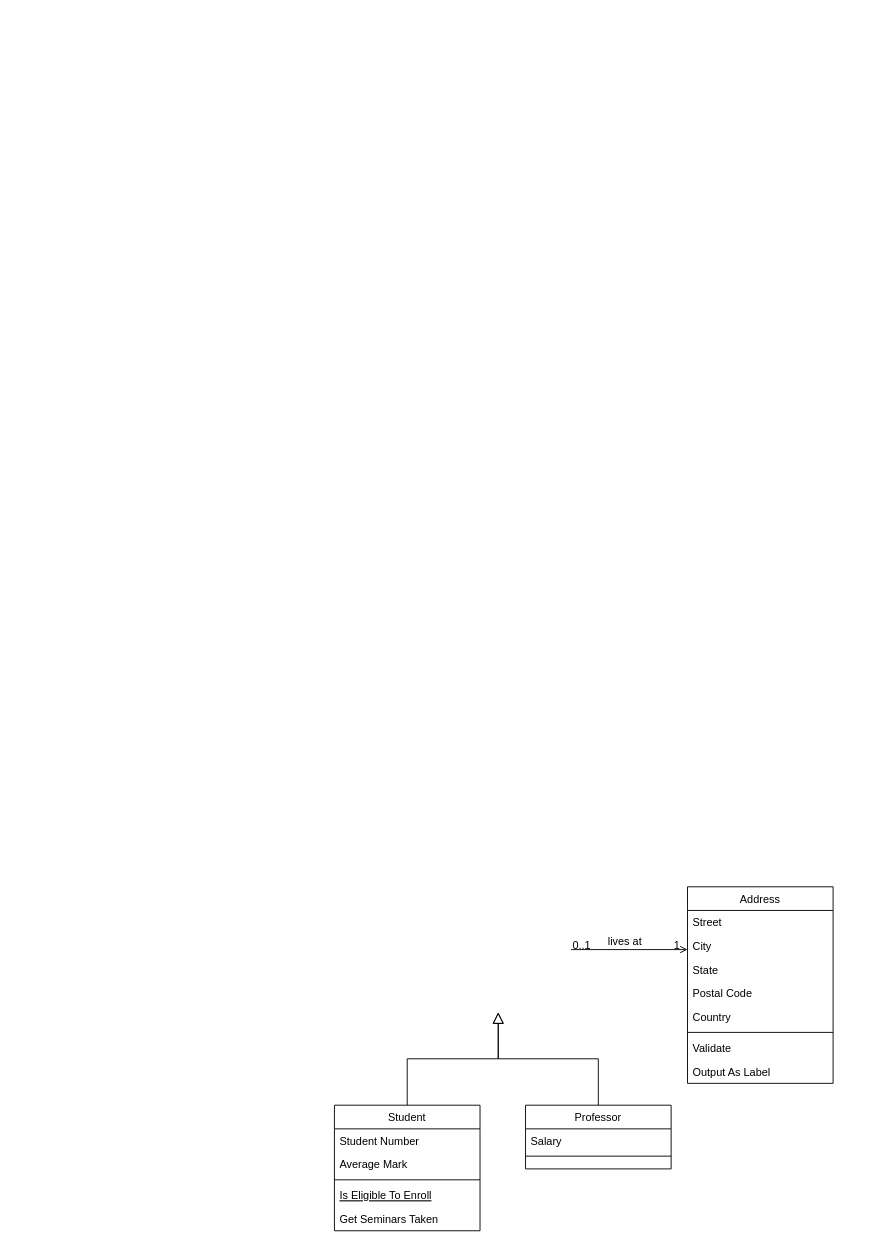
Earlier version of the draw.io diagram .idea/Диаграмма без названия.drawio (Munara19931803/FinalProject1). Source tidied: cells renumbered, new cells numbered last; positions are measured from the earlier drawing's top-left corner, leaving out a move shared by most shapes. Both pictures are drawn from the tidied source at 91%, with x=0, y=0 at pixel (334, 886).
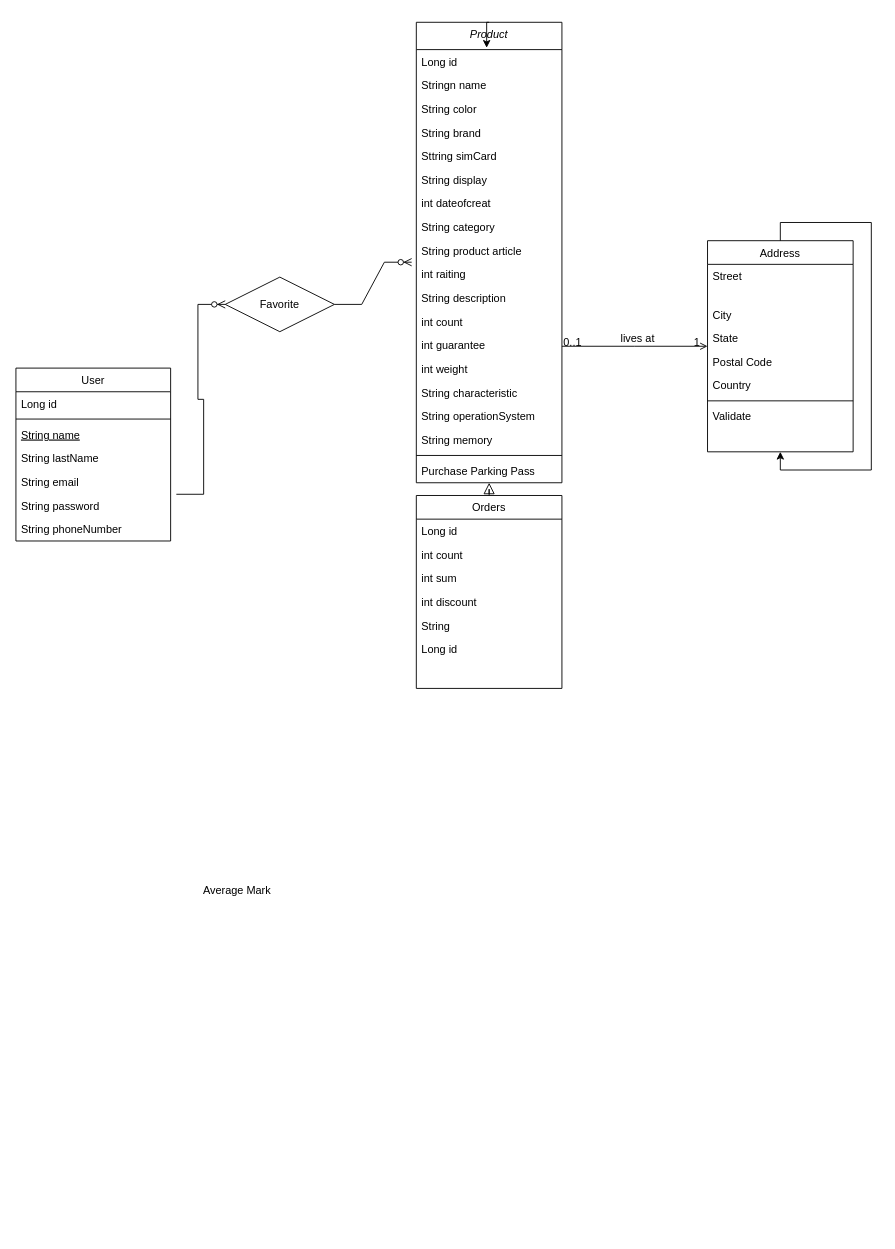
The same diagram, later.

The edit, as a diff of the source:
```diff
@@
+    <mxCell id="26" value="Product" style="swimlane;fontStyle=2;align=center;verticalAlign=top;horizontal=1;startSize=30;rounded=0;shadow=0;strokeWidth=1;" parent="1" vertex="1">
+      <mxGeometry x="90" y="-950" width="160" height="506" as="geometry" />
+    </mxCell>
+    <mxCell id="27" value="Long id" style="text;align=left;verticalAlign=top;spacingLeft=4;spacingRight=4;overflow=hidden;" parent="26" vertex="1">
+      <mxGeometry y="30" width="160" height="26" as="geometry" />
+    </mxCell>
+    <mxCell id="28" value="Stringn name" style="text;align=left;verticalAlign=top;spacingLeft=4;spacingRight=4;overflow=hidden;rounded=0;shadow=0;html=0;" parent="26" vertex="1">
+      <mxGeometry y="56" width="160" height="26" as="geometry" />
+    </mxCell>
+    <mxCell id="29" value="String color" style="text;align=left;verticalAlign=top;spacingLeft=4;spacingRight=4;overflow=hidden;rounded=0;shadow=0;html=0;" parent="26" vertex="1">
+      <mxGeometry y="82" width="160" height="26" as="geometry" />
+    </mxCell>
+    <mxCell id="30" value="String brand" style="text;align=left;verticalAlign=top;spacingLeft=4;spacingRight=4;overflow=hidden;rounded=0;shadow=0;html=0;" parent="26" vertex="1">
+      <mxGeometry y="108" width="160" height="26" as="geometry" />
+    </mxCell>
+    <mxCell id="31" value="Sttring simCard" style="text;align=left;verticalAlign=top;spacingLeft=4;spacingRight=4;overflow=hidden;rounded=0;shadow=0;html=0;" parent="26" vertex="1">
+      <mxGeometry y="134" width="160" height="26" as="geometry" />
+    </mxCell>
+    <mxCell id="32" value="String display" style="text;align=left;verticalAlign=top;spacingLeft=4;spacingRight=4;overflow=hidden;rounded=0;shadow=0;html=0;" parent="26" vertex="1">
+      <mxGeometry y="160" width="160" height="26" as="geometry" />
+    </mxCell>
+    <mxCell id="33" value="int dateofcreat" style="text;align=left;verticalAlign=top;spacingLeft=4;spacingRight=4;overflow=hidden;rounded=0;shadow=0;html=0;" parent="26" vertex="1">
+      <mxGeometry y="186" width="160" height="26" as="geometry" />
+    </mxCell>
+    <mxCell id="34" value="String category" style="text;align=left;verticalAlign=top;spacingLeft=4;spacingRight=4;overflow=hidden;rounded=0;shadow=0;html=0;" parent="26" vertex="1">
+      <mxGeometry y="212" width="160" height="26" as="geometry" />
+    </mxCell>
+    <mxCell id="35" value="String product article" style="text;align=left;verticalAlign=top;spacingLeft=4;spacingRight=4;overflow=hidden;rounded=0;shadow=0;html=0;" parent="26" vertex="1">
+      <mxGeometry y="238" width="160" height="26" as="geometry" />
+    </mxCell>
+    <mxCell id="36" value="int raiting" style="text;align=left;verticalAlign=top;spacingLeft=4;spacingRight=4;overflow=hidden;points=[[0,0.5],[1,0.5]];portConstraint=eastwest;rounded=0;shadow=0;html=0;" parent="26" vertex="1">
+      <mxGeometry y="264" width="160" height="26" as="geometry" />
+    </mxCell>
+    <mxCell id="37" value="String description" style="text;align=left;verticalAlign=top;spacingLeft=4;spacingRight=4;overflow=hidden;rounded=0;shadow=0;html=0;" parent="26" vertex="1">
+      <mxGeometry y="290" width="160" height="26" as="geometry" />
+    </mxCell>
+    <mxCell id="38" value="int count" style="text;align=left;verticalAlign=top;spacingLeft=4;spacingRight=4;overflow=hidden;rounded=0;shadow=0;html=0;" parent="26" vertex="1">
+      <mxGeometry y="316" width="160" height="26" as="geometry" />
+    </mxCell>
+    <mxCell id="39" value="int guarantee" style="text;align=left;verticalAlign=top;spacingLeft=4;spacingRight=4;overflow=hidden;rounded=0;shadow=0;html=0;" parent="26" vertex="1">
+      <mxGeometry y="342" width="160" height="26" as="geometry" />
+    </mxCell>
+    <mxCell id="40" value="int weight" style="text;align=left;verticalAlign=top;spacingLeft=4;spacingRight=4;overflow=hidden;rounded=0;shadow=0;html=0;" parent="26" vertex="1">
+      <mxGeometry y="368" width="160" height="26" as="geometry" />
+    </mxCell>
+    <mxCell id="41" value="String characteristic" style="text;align=left;verticalAlign=top;spacingLeft=4;spacingRight=4;overflow=hidden;rounded=0;shadow=0;html=0;" parent="26" vertex="1">
+      <mxGeometry y="394" width="160" height="26" as="geometry" />
+    </mxCell>
+    <mxCell id="42" value="String operationSystem" style="text;align=left;verticalAlign=top;spacingLeft=4;spacingRight=4;overflow=hidden;rounded=0;shadow=0;html=0;" parent="26" vertex="1">
+      <mxGeometry y="420" width="160" height="26" as="geometry" />
+    </mxCell>
+    <mxCell id="43" value="String memory" style="text;align=left;verticalAlign=top;spacingLeft=4;spacingRight=4;overflow=hidden;rounded=0;shadow=0;html=0;" parent="26" vertex="1">
+      <mxGeometry y="446" width="160" height="26" as="geometry" />
+    </mxCell>
+    <mxCell id="44" style="line;html=1;strokeWidth=1;align=left;verticalAlign=middle;spacingTop=-1;spacingLeft=3;spacingRight=3;labelPosition=right;" parent="26" vertex="1">
+      <mxGeometry y="472" width="160" height="8" as="geometry" />
+    </mxCell>
+    <mxCell id="45" value="Purchase Parking Pass" style="text;align=left;verticalAlign=top;spacingLeft=4;spacingRight=4;overflow=hidden;" parent="26" vertex="1">
+      <mxGeometry y="480" width="160" height="26" as="geometry" />
+    </mxCell>
+    <mxCell id="46" style="edgeStyle=orthogonalEdgeStyle;rounded=0;jettySize=auto;html=1;exitX=0.5;exitY=0;exitDx=0;exitDy=0;entryX=0.483;entryY=-0.077;entryDx=0;entryDy=0;entryPerimeter=0;" parent="26" edge="1" source="26">
+      <mxGeometry relative="1" as="geometry">
+        <mxPoint x="77.3" y="28" as="targetPoint" />
+      </mxGeometry>
+    </mxCell>
-    <mxCell id="2" value="Student" style="swimlane;fontStyle=0;align=center;verticalAlign=top;horizontal=1;startSize=26;rounded=0;shadow=0;strokeWidth=1;" parent="1" vertex="1">
-      <mxGeometry y="240" width="160" height="138" as="geometry" />
+    <mxCell id="2" value="User" style="swimlane;fontStyle=0;align=center;verticalAlign=top;horizontal=1;startSize=26;rounded=0;shadow=0;strokeWidth=1;" parent="1" vertex="1">
+      <mxGeometry x="-350" y="-570" width="170" height="190" as="geometry" />
     </mxCell>
-    <mxCell id="3" value="Student Number" style="text;align=left;verticalAlign=top;spacingLeft=4;spacingRight=4;overflow=hidden;" parent="2" vertex="1">
-      <mxGeometry y="26" width="160" height="26" as="geometry" />
+    <mxCell id="3" value="Long id" style="text;align=left;verticalAlign=top;spacingLeft=4;spacingRight=4;overflow=hidden;" parent="2" vertex="1">
+      <mxGeometry y="26" width="170" height="26" as="geometry" />
     </mxCell>
-    <mxCell id="4" value="Average Mark" style="text;align=left;verticalAlign=top;spacingLeft=4;spacingRight=4;overflow=hidden;rounded=0;shadow=0;html=0;" parent="2" vertex="1">
-      <mxGeometry y="52" width="160" height="26" as="geometry" />
-    </mxCell>
     <mxCell id="5" style="line;html=1;strokeWidth=1;align=left;verticalAlign=middle;spacingTop=-1;spacingLeft=3;spacingRight=3;labelPosition=right;" parent="2" vertex="1">
-      <mxGeometry y="78" width="160" height="8" as="geometry" />
+      <mxGeometry y="52" width="170" height="8" as="geometry" />
     </mxCell>
-    <mxCell id="6" value="Is Eligible To Enroll" style="text;align=left;verticalAlign=top;spacingLeft=4;spacingRight=4;overflow=hidden;fontStyle=4;" parent="2" vertex="1">
-      <mxGeometry y="86" width="160" height="26" as="geometry" />
+    <mxCell id="6" value="String name" style="text;align=left;verticalAlign=top;spacingLeft=4;spacingRight=4;overflow=hidden;fontStyle=4;" parent="2" vertex="1">
+      <mxGeometry y="60" width="170" height="26" as="geometry" />
     </mxCell>
-    <mxCell id="7" value="Get Seminars Taken" style="text;align=left;verticalAlign=top;spacingLeft=4;spacingRight=4;overflow=hidden;" parent="2" vertex="1">
-      <mxGeometry y="112" width="160" height="26" as="geometry" />
+    <mxCell id="7" value="String lastName" style="text;align=left;verticalAlign=top;spacingLeft=4;spacingRight=4;overflow=hidden;" parent="2" vertex="1">
+      <mxGeometry y="86" width="170" height="26" as="geometry" />
     </mxCell>
-    <mxCell id="8" style="endArrow=block;endSize=10;endFill=0;shadow=0;strokeWidth=1;rounded=0;edgeStyle=elbowEdgeStyle;elbow=vertical;" parent="1" edge="1" source="2">
-      <mxGeometry relative="1" as="geometry">
-        <mxPoint x="180" y="138" as="targetPoint" />
-      </mxGeometry>
-    </mxCell>
+    <mxCell id="47" value="String email" style="text;align=left;verticalAlign=top;spacingLeft=4;spacingRight=4;overflow=hidden;" parent="2" vertex="1">
+      <mxGeometry y="112" width="170" height="26" as="geometry" />
+    </mxCell>
+    <mxCell id="48" value="String password" style="text;align=left;verticalAlign=top;spacingLeft=4;spacingRight=4;overflow=hidden;points=[[0,0.5],[1,0.5]];portConstraint=eastwest;" parent="2" vertex="1">
+      <mxGeometry y="138" width="170" height="26" as="geometry" />
+    </mxCell>
+    <mxCell id="49" value="String phoneNumber" style="text;align=left;verticalAlign=top;spacingLeft=4;spacingRight=4;overflow=hidden;" parent="2" vertex="1">
+      <mxGeometry y="164" width="170" height="26" as="geometry" />
+    </mxCell>
-    <mxCell id="9" value="Professor" style="swimlane;fontStyle=0;align=center;verticalAlign=top;horizontal=1;startSize=26;rounded=0;shadow=0;strokeWidth=1;" parent="1" vertex="1">
-      <mxGeometry x="210" y="240" width="160" height="70" as="geometry" />
+    <mxCell id="9" value="Orders" style="swimlane;fontStyle=0;align=center;verticalAlign=top;horizontal=1;startSize=26;rounded=0;shadow=0;strokeWidth=1;" parent="1" vertex="1">
+      <mxGeometry x="90" y="-430" width="160" height="212" as="geometry" />
     </mxCell>
-    <mxCell id="10" value="Salary" style="text;align=left;verticalAlign=top;spacingLeft=4;spacingRight=4;overflow=hidden;" parent="9" vertex="1">
+    <mxCell id="10" value="Long id " style="text;align=left;verticalAlign=top;spacingLeft=4;spacingRight=4;overflow=hidden;" parent="9" vertex="1">
       <mxGeometry y="26" width="160" height="26" as="geometry" />
     </mxCell>
-    <mxCell id="11" style="line;html=1;strokeWidth=1;align=left;verticalAlign=middle;spacingTop=-1;spacingLeft=3;spacingRight=3;labelPosition=right;" parent="9" vertex="1">
-      <mxGeometry y="52" width="160" height="8" as="geometry" />
-    </mxCell>
+    <mxCell id="50" value="int count" style="text;align=left;verticalAlign=top;spacingLeft=4;spacingRight=4;overflow=hidden;" parent="9" vertex="1">
+      <mxGeometry y="52" width="160" height="26" as="geometry" />
+    </mxCell>
+    <mxCell id="51" value="int sum" style="text;align=left;verticalAlign=top;spacingLeft=4;spacingRight=4;overflow=hidden;" parent="9" vertex="1">
+      <mxGeometry y="78" width="160" height="26" as="geometry" />
+    </mxCell>
+    <mxCell id="52" value="int discount" style="text;align=left;verticalAlign=top;spacingLeft=4;spacingRight=4;overflow=hidden;" parent="9" vertex="1">
+      <mxGeometry y="104" width="160" height="26" as="geometry" />
+    </mxCell>
+    <mxCell id="53" value="String " style="text;align=left;verticalAlign=top;spacingLeft=4;spacingRight=4;overflow=hidden;" parent="9" vertex="1">
+      <mxGeometry y="130" width="160" height="26" as="geometry" />
+    </mxCell>
+    <mxCell id="54" value="Long id " style="text;align=left;verticalAlign=top;spacingLeft=4;spacingRight=4;overflow=hidden;" parent="9" vertex="1">
+      <mxGeometry y="156" width="160" height="26" as="geometry" />
+    </mxCell>
-    <mxCell id="12" style="endArrow=block;endSize=10;endFill=0;shadow=0;strokeWidth=1;rounded=0;edgeStyle=elbowEdgeStyle;elbow=vertical;" parent="1" edge="1" source="9">
-      <mxGeometry relative="1" as="geometry">
-        <mxPoint x="180" y="138" as="targetPoint" />
-      </mxGeometry>
+    <mxCell id="12" style="endArrow=block;endSize=10;endFill=0;shadow=0;strokeWidth=1;rounded=0;edgeStyle=elbowEdgeStyle;elbow=vertical;" parent="1" edge="1" source="9" target="26">
+      <mxGeometry relative="1" as="geometry" />
     </mxCell>
     <mxCell id="13" value="Address" style="swimlane;fontStyle=0;align=center;verticalAlign=top;horizontal=1;startSize=26;rounded=0;shadow=0;strokeWidth=1;" parent="1" vertex="1">
-      <mxGeometry x="388" width="160" height="216" as="geometry" />
+      <mxGeometry x="410" y="-710" width="160" height="232" as="geometry" />
     </mxCell>
     <mxCell id="14" value="Street" style="text;align=left;verticalAlign=top;spacingLeft=4;spacingRight=4;overflow=hidden;" parent="13" vertex="1">
-      <mxGeometry y="26" width="160" height="26" as="geometry" />
+      <mxGeometry y="26" width="160" height="42" as="geometry" />
     </mxCell>
     <mxCell id="15" value="City" style="text;align=left;verticalAlign=top;spacingLeft=4;spacingRight=4;overflow=hidden;rounded=0;shadow=0;html=0;" parent="13" vertex="1">
-      <mxGeometry y="52" width="160" height="26" as="geometry" />
+      <mxGeometry y="68" width="160" height="26" as="geometry" />
     </mxCell>
     <mxCell id="16" value="State" style="text;align=left;verticalAlign=top;spacingLeft=4;spacingRight=4;overflow=hidden;rounded=0;shadow=0;html=0;" parent="13" vertex="1">
-      <mxGeometry y="78" width="160" height="26" as="geometry" />
+      <mxGeometry y="94" width="160" height="26" as="geometry" />
     </mxCell>
     <mxCell id="17" value="Postal Code" style="text;align=left;verticalAlign=top;spacingLeft=4;spacingRight=4;overflow=hidden;rounded=0;shadow=0;html=0;" parent="13" vertex="1">
-      <mxGeometry y="104" width="160" height="26" as="geometry" />
+      <mxGeometry y="120" width="160" height="26" as="geometry" />
     </mxCell>
     <mxCell id="18" value="Country" style="text;align=left;verticalAlign=top;spacingLeft=4;spacingRight=4;overflow=hidden;rounded=0;shadow=0;html=0;" parent="13" vertex="1">
-      <mxGeometry y="130" width="160" height="26" as="geometry" />
+      <mxGeometry y="146" width="160" height="26" as="geometry" />
     </mxCell>
     <mxCell id="19" style="line;html=1;strokeWidth=1;align=left;verticalAlign=middle;spacingTop=-1;spacingLeft=3;spacingRight=3;labelPosition=right;" parent="13" vertex="1">
-      <mxGeometry y="156" width="160" height="8" as="geometry" />
+      <mxGeometry y="172" width="160" height="8" as="geometry" />
     </mxCell>
     <mxCell id="20" value="Validate" style="text;align=left;verticalAlign=top;spacingLeft=4;spacingRight=4;overflow=hidden;" parent="13" vertex="1">
-      <mxGeometry y="164" width="160" height="26" as="geometry" />
+      <mxGeometry y="180" width="160" height="26" as="geometry" />
     </mxCell>
-    <mxCell id="21" value="Output As Label" style="text;align=left;verticalAlign=top;spacingLeft=4;spacingRight=4;overflow=hidden;" parent="13" vertex="1">
-      <mxGeometry y="190" width="160" height="26" as="geometry" />
-    </mxCell>
-    <mxCell id="22" style="endArrow=open;shadow=0;strokeWidth=1;rounded=0;endFill=1;edgeStyle=elbowEdgeStyle;elbow=vertical;" parent="1" edge="1" target="13">
+    <mxCell id="22" style="endArrow=open;shadow=0;strokeWidth=1;rounded=0;endFill=1;edgeStyle=elbowEdgeStyle;elbow=vertical;" parent="1" edge="1" source="26" target="13">
       <mxGeometry x="0.5" y="41" relative="1" as="geometry">
-        <mxPoint x="260" y="69" as="sourcePoint" />
         <mxPoint x="-40" y="32" as="offset" />
       </mxGeometry>
     </mxCell>
@@
+    <mxCell id="4" value="Average Mark" style="text;align=left;verticalAlign=top;spacingLeft=4;spacingRight=4;overflow=hidden;rounded=0;shadow=0;html=0;" parent="1" vertex="1">
+      <mxGeometry x="-150" y="-10" width="160" height="26" as="geometry" />
+    </mxCell>
+    <mxCell id="55" style="edgeStyle=orthogonalEdgeStyle;rounded=0;orthogonalLoop=1;jettySize=auto;html=1;exitX=0.5;exitY=0;exitDx=0;exitDy=0;" parent="1" edge="1" source="13" target="13">
+      <mxGeometry relative="1" as="geometry" />
+    </mxCell>
+    <mxCell id="56" style="edgeStyle=entityRelationEdgeStyle;fontSize=12;html=1;endArrow=ERzeroToMany;endFill=1;rounded=0;exitX=1.037;exitY=0.025;exitDx=0;exitDy=0;exitPerimeter=0;" parent="1" edge="1" source="48" target="57">
+      <mxGeometry relative="1" as="geometry">
+        <Array as="points">
+          <mxPoint x="10" y="-480" />
+          <mxPoint x="180" y="-390" />
+          <mxPoint x="390" y="-390" />
+        </Array>
+      </mxGeometry>
+    </mxCell>
+    <mxCell id="57" value="Favorite" style="shape=rhombus;perimeter=rhombusPerimeter;whiteSpace=wrap;html=1;align=center;" parent="1" vertex="1">
+      <mxGeometry x="-120" y="-670" width="120" height="60" as="geometry" />
+    </mxCell>
+    <mxCell id="58" style="edgeStyle=entityRelationEdgeStyle;fontSize=12;html=1;endArrow=ERzeroToMany;endFill=1;rounded=0;exitX=1;exitY=0.5;exitDx=0;exitDy=0;entryX=-0.032;entryY=-0.014;entryDx=0;entryDy=0;entryPerimeter=0;" parent="1" edge="1" source="57" target="36">
+      <mxGeometry relative="1" as="geometry" />
+    </mxCell>
```
